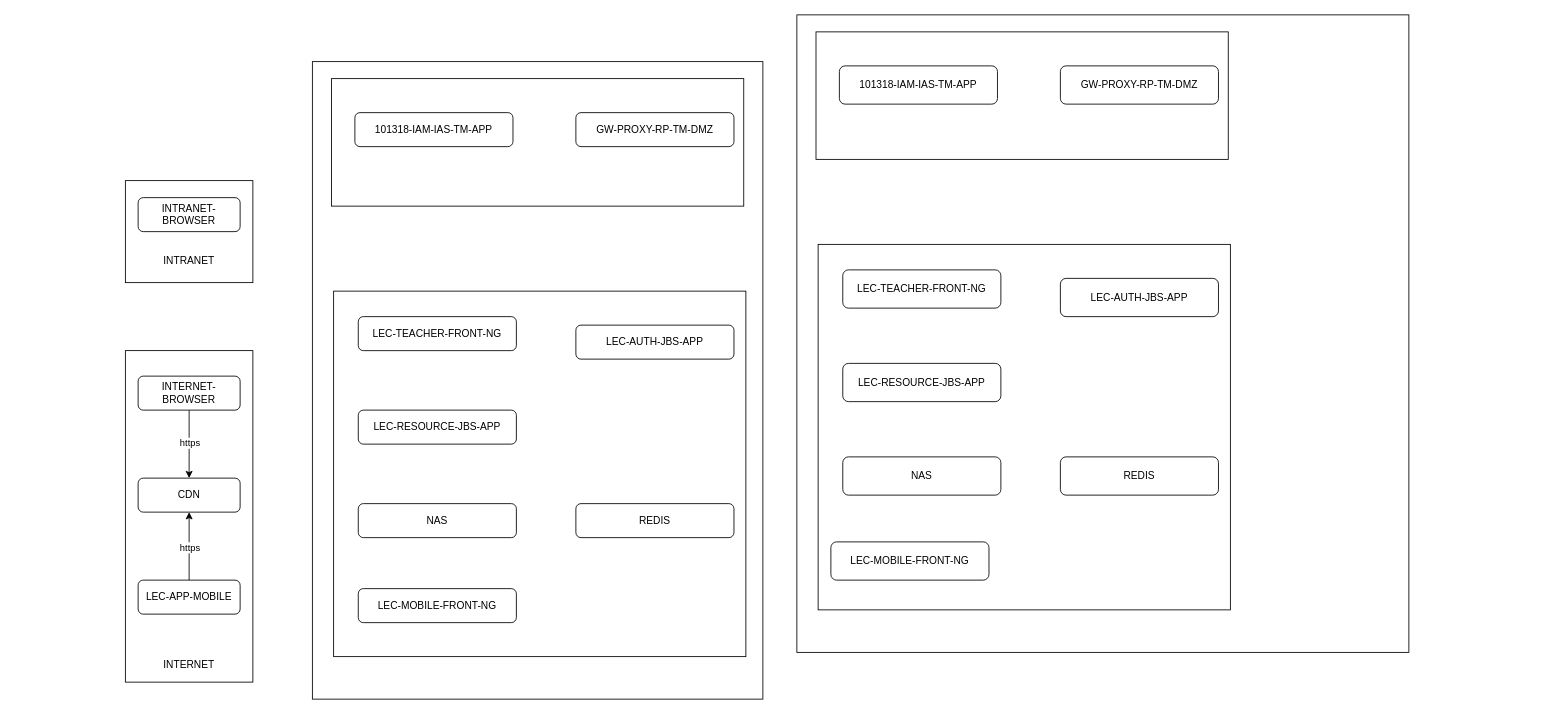
This is 智学365架构图.drawio from rainerpiao/cloud-computing, a draw.io file, before an edit. Source tidied: cells renumbered, new cells numbered last; positions are measured from the earlier drawing's top-left corner, leaving out a move shared by most shapes. Both pictures are drawn from the tidied source at 85%, with x=0, y=0 at pixel (125, 14).
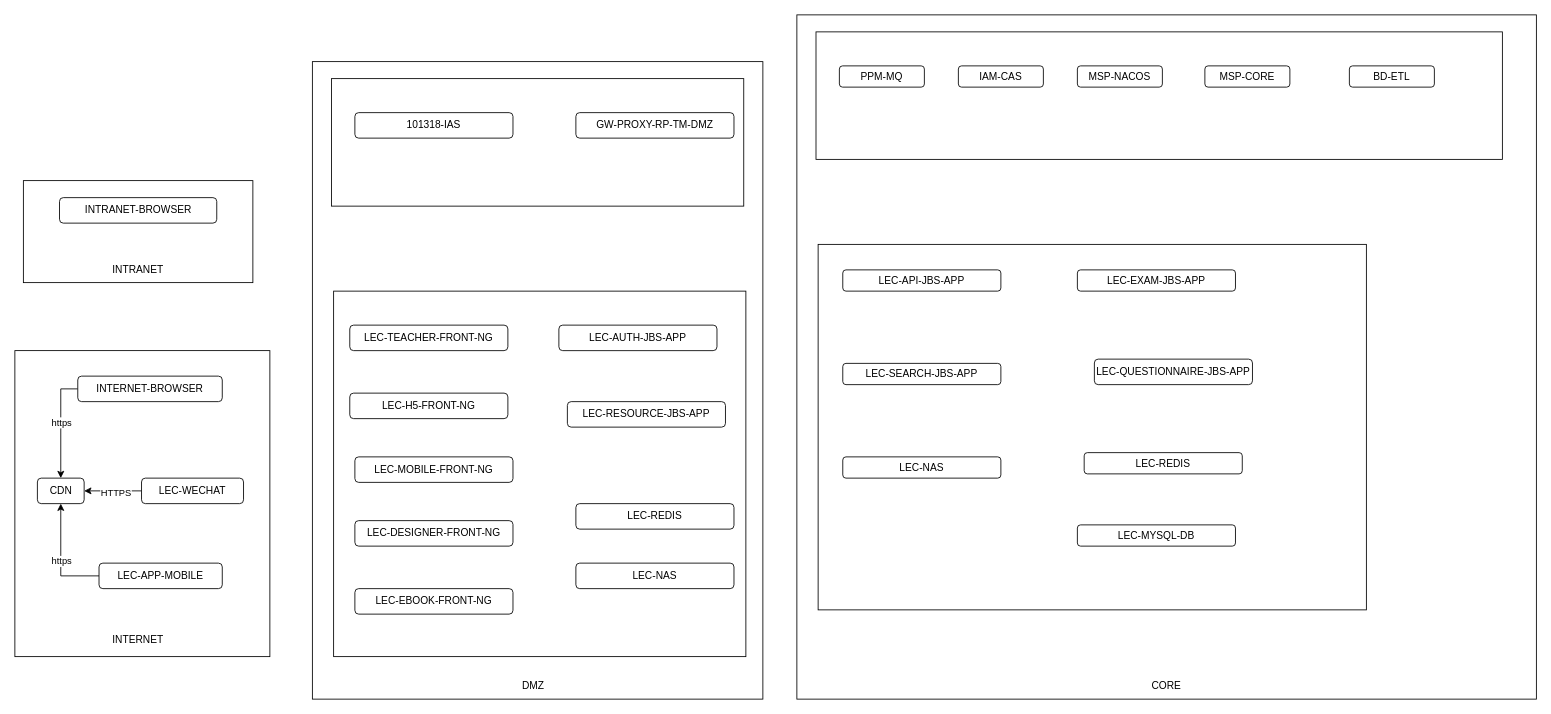
The same page after the edit.

Commit message (it also covers changes not shown here):
更新智学365架构图.drawio

What changed in the source:
```diff
@@
+    <mxCell id="25" style="rounded=0;whiteSpace=wrap;html=1;" parent="1" vertex="1">
+      <mxGeometry x="790" width="870" height="805" as="geometry" />
+    </mxCell>
     <mxCell id="2" style="rounded=0;whiteSpace=wrap;html=1;" parent="1" vertex="1">
-      <mxGeometry y="195" width="150" height="120" as="geometry" />
+      <mxGeometry x="-120" y="195" width="270" height="120" as="geometry" />
     </mxCell>
+    <mxCell id="4" style="rounded=0;whiteSpace=wrap;html=1;" parent="1" vertex="1">
+      <mxGeometry x="-130" y="395" width="300" height="360" as="geometry" />
+    </mxCell>
+    <mxCell id="14" style="rounded=0;whiteSpace=wrap;html=1;" parent="1" vertex="1">
+      <mxGeometry x="220" y="55" width="530" height="750" as="geometry" />
+    </mxCell>
     <mxCell id="3" value="INTRANET" style="text;html=1;align=center;verticalAlign=middle;whiteSpace=wrap;rounded=0;" parent="1" vertex="1">
-      <mxGeometry x="45" y="275" width="60" height="30" as="geometry" />
+      <mxGeometry x="-15" y="285" width="60" height="30" as="geometry" />
     </mxCell>
-    <mxCell id="4" style="rounded=0;whiteSpace=wrap;html=1;" parent="1" vertex="1">
-      <mxGeometry y="395" width="150" height="390" as="geometry" />
-    </mxCell>
     <mxCell id="5" value="&lt;span style=&quot;text-align: left;&quot;&gt;INTRANET-BROWSER&lt;/span&gt;" style="rounded=1;whiteSpace=wrap;html=1;" parent="1" vertex="1">
-      <mxGeometry x="15" y="215" width="120" height="40" as="geometry" />
+      <mxGeometry x="-77.5" y="215" width="185" height="30" as="geometry" />
     </mxCell>
-    <mxCell id="6" style="edgeStyle=orthogonalEdgeStyle;rounded=0;jettySize=auto;html=1;" parent="1" edge="1" source="8" target="9">
+    <mxCell id="6" style="edgeStyle=orthogonalEdgeStyle;rounded=0;jettySize=auto;html=1;exitX=0;exitY=0.5;exitDx=0;exitDy=0;" parent="1" edge="1" source="8" target="9">
       <mxGeometry relative="1" as="geometry" />
     </mxCell>
@@
     <mxCell id="8" value="&lt;span style=&quot;text-align: left;&quot;&gt;INTERNET-BROWSER&lt;/span&gt;" style="rounded=1;whiteSpace=wrap;html=1;" parent="1" vertex="1">
-      <mxGeometry x="15" y="425" width="120" height="40" as="geometry" />
+      <mxGeometry x="-56" y="425" width="170" height="30" as="geometry" />
     </mxCell>
     <mxCell id="9" value="&lt;div style=&quot;text-align: left;&quot;&gt;&lt;span style=&quot;background-color: initial;&quot;&gt;CDN&lt;/span&gt;&lt;/div&gt;" style="rounded=1;whiteSpace=wrap;html=1;" parent="1" vertex="1">
-      <mxGeometry x="15" y="545" width="120" height="40" as="geometry" />
+      <mxGeometry x="-103.5" y="545" width="55" height="30" as="geometry" />
     </mxCell>
@@
     <mxCell id="12" value="&lt;div style=&quot;text-align: left;&quot;&gt;&lt;span style=&quot;background-color: initial;&quot;&gt;LEC-APP-MOBILE&lt;/span&gt;&lt;/div&gt;" style="rounded=1;whiteSpace=wrap;html=1;" parent="1" vertex="1">
-      <mxGeometry x="15" y="665" width="120" height="40" as="geometry" />
+      <mxGeometry x="-31" y="645" width="145" height="30" as="geometry" />
     </mxCell>
     <mxCell id="13" value="INTERNET" style="text;html=1;align=center;verticalAlign=middle;whiteSpace=wrap;rounded=0;" parent="1" vertex="1">
-      <mxGeometry x="40" y="750" width="70" height="30" as="geometry" />
+      <mxGeometry x="-20" y="720" width="70" height="30" as="geometry" />
     </mxCell>
-    <mxCell id="14" style="rounded=0;whiteSpace=wrap;html=1;" parent="1" vertex="1">
-      <mxGeometry x="220" y="55" width="530" height="750" as="geometry" />
-    </mxCell>
@@
     <mxCell id="17" value="LEC-TEACHER-FRONT-NG" style="rounded=1;whiteSpace=wrap;html=1;" parent="1" vertex="1">
-      <mxGeometry x="274" y="355" width="186" height="40" as="geometry" />
+      <mxGeometry x="264" y="365" width="186" height="30" as="geometry" />
     </mxCell>
     <mxCell id="18" value="LEC-RESOURCE-JBS-APP" style="rounded=1;whiteSpace=wrap;html=1;" parent="1" vertex="1">
-      <mxGeometry x="274" y="465" width="186" height="40" as="geometry" />
+      <mxGeometry x="520" y="455" width="186" height="30" as="geometry" />
     </mxCell>
     <mxCell id="19" value="LEC-AUTH-JBS-APP" style="rounded=1;whiteSpace=wrap;html=1;" parent="1" vertex="1">
-      <mxGeometry x="530" y="365" width="186" height="40" as="geometry" />
+      <mxGeometry x="510" y="365" width="186" height="30" as="geometry" />
     </mxCell>
     <mxCell id="20" value="LEC-MOBILE-FRONT-NG" style="rounded=1;whiteSpace=wrap;html=1;" parent="1" vertex="1">
-      <mxGeometry x="274" y="675" width="186" height="40" as="geometry" />
+      <mxGeometry x="270" y="520" width="186" height="30" as="geometry" />
     </mxCell>
-    <mxCell id="21" value="NAS" style="rounded=1;whiteSpace=wrap;html=1;" parent="1" vertex="1">
-      <mxGeometry x="274" y="575" width="186" height="40" as="geometry" />
+    <mxCell id="21" value="LEC-NAS" style="rounded=1;whiteSpace=wrap;html=1;" parent="1" vertex="1">
+      <mxGeometry x="530" y="645" width="186" height="30" as="geometry" />
     </mxCell>
-    <mxCell id="22" value="REDIS" style="rounded=1;whiteSpace=wrap;html=1;" parent="1" vertex="1">
-      <mxGeometry x="530" y="575" width="186" height="40" as="geometry" />
+    <mxCell id="22" value="LEC-&lt;span style=&quot;background-color: initial;&quot;&gt;REDIS&lt;/span&gt;" style="rounded=1;whiteSpace=wrap;html=1;" parent="1" vertex="1">
+      <mxGeometry x="530" y="575" width="186" height="30" as="geometry" />
     </mxCell>
-    <mxCell id="23" value="101318-IAM-IAS-TM-APP" style="rounded=1;whiteSpace=wrap;html=1;" parent="1" vertex="1">
-      <mxGeometry x="270" y="115" width="186" height="40" as="geometry" />
+    <mxCell id="23" value="101318-IAS" style="rounded=1;whiteSpace=wrap;html=1;" parent="1" vertex="1">
+      <mxGeometry x="270" y="115" width="186" height="30" as="geometry" />
     </mxCell>
     <mxCell id="24" value="GW-PROXY-RP-TM-DMZ" style="rounded=1;whiteSpace=wrap;html=1;" parent="1" vertex="1">
-      <mxGeometry x="530" y="115" width="186" height="40" as="geometry" />
+      <mxGeometry x="530" y="115" width="186" height="30" as="geometry" />
     </mxCell>
-    <mxCell id="25" style="rounded=0;whiteSpace=wrap;html=1;" parent="1" vertex="1">
-      <mxGeometry x="790" width="720" height="750" as="geometry" />
-    </mxCell>
     <mxCell id="26" style="rounded=0;whiteSpace=wrap;html=1;" parent="1" vertex="1">
-      <mxGeometry x="812.5" y="20" width="485" height="150" as="geometry" />
+      <mxGeometry x="812.5" y="20" width="807.5" height="150" as="geometry" />
     </mxCell>
     <mxCell id="27" style="rounded=0;whiteSpace=wrap;html=1;" parent="1" vertex="1">
-      <mxGeometry x="815" y="270" width="485" height="430" as="geometry" />
+      <mxGeometry x="815" y="270" width="645" height="430" as="geometry" />
     </mxCell>
-    <mxCell id="28" value="LEC-TEACHER-FRONT-NG" style="rounded=1;whiteSpace=wrap;html=1;" parent="1" vertex="1">
-      <mxGeometry x="844" y="300" width="186" height="45" as="geometry" />
+    <mxCell id="28" value="LEC-API-JBS-APP" style="rounded=1;whiteSpace=wrap;html=1;" parent="1" vertex="1">
+      <mxGeometry x="844" y="300" width="186" height="25" as="geometry" />
     </mxCell>
-    <mxCell id="29" value="LEC-RESOURCE-JBS-APP" style="rounded=1;whiteSpace=wrap;html=1;" parent="1" vertex="1">
-      <mxGeometry x="844" y="410" width="186" height="45" as="geometry" />
+    <mxCell id="29" value="LEC-SEARCH-JBS-APP" style="rounded=1;whiteSpace=wrap;html=1;" parent="1" vertex="1">
+      <mxGeometry x="844" y="410" width="186" height="25" as="geometry" />
     </mxCell>
-    <mxCell id="30" value="LEC-AUTH-JBS-APP" style="rounded=1;whiteSpace=wrap;html=1;" parent="1" vertex="1">
-      <mxGeometry x="1100" y="310" width="186" height="45" as="geometry" />
+    <mxCell id="30" value="LEC-EXAM-JBS-APP" style="rounded=1;whiteSpace=wrap;html=1;" parent="1" vertex="1">
+      <mxGeometry x="1120" y="300" width="186" height="25" as="geometry" />
     </mxCell>
-    <mxCell id="31" value="LEC-MOBILE-FRONT-NG" style="rounded=1;whiteSpace=wrap;html=1;" parent="1" vertex="1">
-      <mxGeometry x="830" y="620" width="186" height="45" as="geometry" />
+    <mxCell id="31" value="LEC-MYSQL-DB" style="rounded=1;whiteSpace=wrap;html=1;" parent="1" vertex="1">
+      <mxGeometry x="1120" y="600" width="186" height="25" as="geometry" />
     </mxCell>
-    <mxCell id="32" value="NAS" style="rounded=1;whiteSpace=wrap;html=1;" parent="1" vertex="1">
-      <mxGeometry x="844" y="520" width="186" height="45" as="geometry" />
+    <mxCell id="32" value="LEC-NAS" style="rounded=1;whiteSpace=wrap;html=1;" parent="1" vertex="1">
+      <mxGeometry x="844" y="520" width="186" height="25" as="geometry" />
     </mxCell>
-    <mxCell id="33" value="REDIS" style="rounded=1;whiteSpace=wrap;html=1;" parent="1" vertex="1">
-      <mxGeometry x="1100" y="520" width="186" height="45" as="geometry" />
+    <mxCell id="33" value="LEC-REDIS" style="rounded=1;whiteSpace=wrap;html=1;" parent="1" vertex="1">
+      <mxGeometry x="1128" y="515" width="186" height="25" as="geometry" />
     </mxCell>
-    <mxCell id="34" value="101318-IAM-IAS-TM-APP" style="rounded=1;whiteSpace=wrap;html=1;" parent="1" vertex="1">
-      <mxGeometry x="840" y="60" width="186" height="45" as="geometry" />
+    <mxCell id="34" value="PPM-MQ" style="rounded=1;whiteSpace=wrap;html=1;" parent="1" vertex="1">
+      <mxGeometry x="840" y="60" width="100" height="25" as="geometry" />
     </mxCell>
-    <mxCell id="35" value="GW-PROXY-RP-TM-DMZ" style="rounded=1;whiteSpace=wrap;html=1;" parent="1" vertex="1">
-      <mxGeometry x="1100" y="60" width="186" height="45" as="geometry" />
-    </mxCell>
+    <mxCell id="36" value="LEC-QUESTIONNAIRE-JBS-APP" style="rounded=1;whiteSpace=wrap;html=1;" parent="1" vertex="1">
+      <mxGeometry x="1140" y="405" width="186" height="30" as="geometry" />
+    </mxCell>
+    <mxCell id="37" value="LEC-DESIGNER-FRONT-NG" style="rounded=1;whiteSpace=wrap;html=1;" parent="1" vertex="1">
+      <mxGeometry x="270" y="595" width="186" height="30" as="geometry" />
+    </mxCell>
+    <mxCell id="38" value="LEC-EBOOK-FRONT-NG" style="rounded=1;whiteSpace=wrap;html=1;" parent="1" vertex="1">
+      <mxGeometry x="270" y="675" width="186" height="30" as="geometry" />
+    </mxCell>
+    <mxCell id="39" value="LEC-H5-FRONT-NG" style="rounded=1;whiteSpace=wrap;html=1;" parent="1" vertex="1">
+      <mxGeometry x="264" y="445" width="186" height="30" as="geometry" />
+    </mxCell>
+    <mxCell id="40" value="IAM-CAS" style="rounded=1;whiteSpace=wrap;html=1;" parent="1" vertex="1">
+      <mxGeometry x="980" y="60" width="100" height="25" as="geometry" />
+    </mxCell>
+    <mxCell id="41" value="MSP-NACOS" style="rounded=1;whiteSpace=wrap;html=1;" parent="1" vertex="1">
+      <mxGeometry x="1120" y="60" width="100" height="25" as="geometry" />
+    </mxCell>
+    <mxCell id="42" value="MSP-CORE" style="rounded=1;whiteSpace=wrap;html=1;" parent="1" vertex="1">
+      <mxGeometry x="1270" y="60" width="100" height="25" as="geometry" />
+    </mxCell>
+    <mxCell id="43" value="BD-ETL" style="rounded=1;whiteSpace=wrap;html=1;" parent="1" vertex="1">
+      <mxGeometry x="1440" y="60" width="100" height="25" as="geometry" />
+    </mxCell>
+    <mxCell id="44" style="edgeStyle=orthogonalEdgeStyle;rounded=0;jettySize=auto;html=1;" parent="1" edge="1" source="46" target="9">
+      <mxGeometry relative="1" as="geometry" />
+    </mxCell>
+    <mxCell id="45" value="HTTPS" style="edgeLabel;html=1;align=center;verticalAlign=middle;" parent="44" vertex="1">
+      <mxGeometry x="-0.09" y="1" relative="1" as="geometry" />
+    </mxCell>
+    <mxCell id="46" value="&lt;div style=&quot;text-align: left;&quot;&gt;&lt;span style=&quot;background-color: initial;&quot;&gt;LEC-WECHAT&lt;/span&gt;&lt;/div&gt;" style="rounded=1;whiteSpace=wrap;html=1;" parent="1" vertex="1">
+      <mxGeometry x="19" y="545" width="120" height="30" as="geometry" />
+    </mxCell>
+    <mxCell id="47" value="DMZ" style="text;html=1;align=center;verticalAlign=middle;whiteSpace=wrap;rounded=0;" parent="1" vertex="1">
+      <mxGeometry x="450" y="775" width="60" height="30" as="geometry" />
+    </mxCell>
+    <mxCell id="48" value="CORE" style="text;html=1;align=center;verticalAlign=middle;whiteSpace=wrap;rounded=0;" parent="1" vertex="1">
+      <mxGeometry x="1195" y="775" width="60" height="30" as="geometry" />
+    </mxCell>
```
